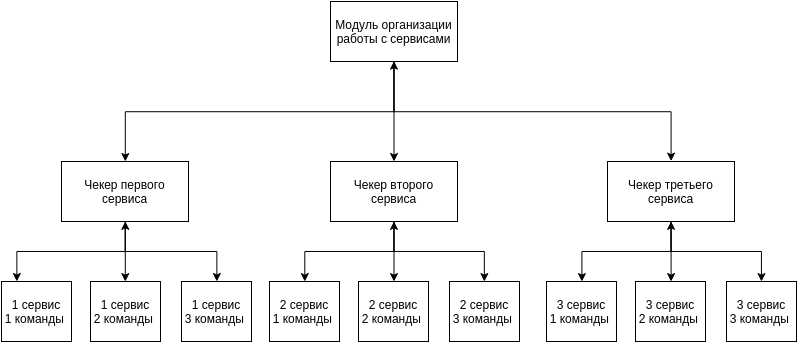
Before: report/images/module_round_structure.png, a diagram exported from draw.io (KevaTeam/ctf-attack-defense). Source tidied: cells renumbered, new cells last; positions are measured from the earlier drawing's top-left corner, leaving out a move shared by most shapes.
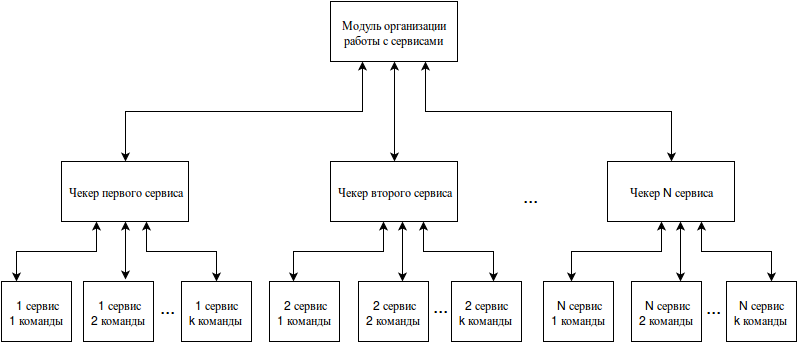
Later version of the same file.

Diff of the diagram source:
```diff
@@ -2,52 +2,39 @@
   <root>
     <mxCell id="0" />
     <mxCell id="1" parent="0" />
-    <mxCell id="2" style="edgeStyle=orthogonalEdgeStyle;rounded=0;html=1;jettySize=auto;exitX=0.5;exitY=1;" parent="1" edge="1" source="5" target="13">
-      <mxGeometry relative="1" as="geometry">
-        <Array as="points">
-          <mxPoint x="393" y="110" />
-          <mxPoint x="124" y="110" />
-        </Array>
-      </mxGeometry>
-    </mxCell>
-    <mxCell id="3" style="edgeStyle=orthogonalEdgeStyle;rounded=0;html=1;jettySize=auto;" parent="1" edge="1" source="5" target="9">
+    <mxCell id="3" style="edgeStyle=orthogonalEdgeStyle;rounded=0;html=1;exitX=0.5;exitY=1;entryX=0.5;entryY=0;startArrow=classic;startFill=1;endArrow=classic;endFill=1;jettySize=auto;fontSize=19;" parent="1" edge="1" source="5" target="9">
       <mxGeometry relative="1" as="geometry" />
     </mxCell>
-    <mxCell id="4" style="edgeStyle=orthogonalEdgeStyle;rounded=0;html=1;exitX=0.5;exitY=1;jettySize=auto;entryX=0.5;entryY=0;startArrow=classic;startFill=1;" parent="1" edge="1" source="5" target="15">
-      <mxGeometry relative="1" as="geometry">
-        <Array as="points">
-          <mxPoint x="393" y="110" />
-          <mxPoint x="670" y="110" />
-        </Array>
-      </mxGeometry>
+    <mxCell id="4" style="edgeStyle=orthogonalEdgeStyle;rounded=0;html=1;exitX=0.75;exitY=1;entryX=0.5;entryY=0;startArrow=classic;startFill=1;endArrow=classic;endFill=1;jettySize=auto;fontSize=19;" parent="1" edge="1" source="5" target="15">
+      <mxGeometry relative="1" as="geometry" />
     </mxCell>
     <mxCell id="5" value="Модуль организации работы с сервисами" style="whiteSpace=wrap;html=1;" parent="1" vertex="1">
       <mxGeometry x="329" width="127" height="60" as="geometry" />
     </mxCell>
-    <mxCell id="6" style="edgeStyle=orthogonalEdgeStyle;rounded=0;html=1;exitX=0.5;exitY=1;entryX=0.5;entryY=0;jettySize=auto;" parent="1" edge="1" source="9" target="18">
-      <mxGeometry relative="1" as="geometry" />
-    </mxCell>
-    <mxCell id="7" style="edgeStyle=orthogonalEdgeStyle;rounded=0;html=1;exitX=0.5;exitY=1;entryX=0.5;entryY=0;jettySize=auto;" parent="1" edge="1" source="9" target="19">
-      <mxGeometry relative="1" as="geometry" />
-    </mxCell>
-    <mxCell id="8" style="edgeStyle=orthogonalEdgeStyle;rounded=0;html=1;exitX=0.5;exitY=1;entryX=0.5;entryY=0;jettySize=auto;startArrow=classic;startFill=1;" parent="1" edge="1" source="9" target="20">
-      <mxGeometry relative="1" as="geometry" />
-    </mxCell>
     <mxCell id="9" value="Чекер второго сервиса" style="whiteSpace=wrap;html=1;" parent="1" vertex="1">
       <mxGeometry x="329" y="160" width="127" height="60" as="geometry" />
     </mxCell>
-    <mxCell id="10" style="edgeStyle=orthogonalEdgeStyle;rounded=0;html=1;jettySize=auto;exitX=0.5;exitY=1;" parent="1" edge="1" source="13" target="14">
+    <mxCell id="10" style="edgeStyle=orthogonalEdgeStyle;rounded=0;html=1;jettySize=auto;startArrow=classic;startFill=1;" parent="1" edge="1" source="13" target="14">
       <mxGeometry relative="1" as="geometry">
         <Array as="points">
-          <mxPoint x="124" y="250" />
+          <mxPoint x="95" y="250" />
           <mxPoint x="15" y="250" />
         </Array>
       </mxGeometry>
     </mxCell>
-    <mxCell id="11" style="edgeStyle=orthogonalEdgeStyle;rounded=0;html=1;exitX=0.5;exitY=1;jettySize=auto;" parent="1" edge="1" source="13" target="17">
-      <mxGeometry relative="1" as="geometry" />
+    <mxCell id="11" style="edgeStyle=orthogonalEdgeStyle;rounded=0;html=1;exitX=0.669;exitY=1;jettySize=auto;exitPerimeter=0;startArrow=classic;startFill=1;" parent="1" edge="1" source="13" target="17">
+      <mxGeometry relative="1" as="geometry">
+        <Array as="points">
+          <mxPoint x="145" y="220" />
+          <mxPoint x="145" y="250" />
+          <mxPoint x="215" y="250" />
+        </Array>
+      </mxGeometry>
     </mxCell>
+    <mxCell id="27" style="edgeStyle=orthogonalEdgeStyle;rounded=0;html=1;exitX=0.5;exitY=0;entryX=0.25;entryY=1;startArrow=classic;startFill=1;endArrow=classic;endFill=1;jettySize=auto;fontSize=19;" parent="1" edge="1" source="13" target="5">
+      <mxGeometry relative="1" as="geometry" />
+    </mxCell>
-    <mxCell id="12" style="edgeStyle=orthogonalEdgeStyle;rounded=0;html=1;exitX=0.5;exitY=1;entryX=0.5;entryY=0;jettySize=auto;startArrow=classic;startFill=1;" parent="1" edge="1" source="13" target="16">
+    <mxCell id="12" style="edgeStyle=orthogonalEdgeStyle;rounded=0;html=1;exitX=0.5;exitY=1;entryX=0.6;entryY=-0.033;entryPerimeter=0;startArrow=classic;startFill=1;endArrow=classic;endFill=1;jettySize=auto;fontSize=19;" parent="1" edge="1" source="13" target="16">
       <mxGeometry relative="1" as="geometry" />
     </mxCell>
     <mxCell id="13" value="Чекер первого сервиса" style="whiteSpace=wrap;html=1;" parent="1" vertex="1">
@@ -56,13 +43,13 @@
     <mxCell id="14" value="1 сервис&lt;div&gt;1 команды&amp;nbsp;&lt;/div&gt;" style="whiteSpace=wrap;html=1;" parent="1" vertex="1">
       <mxGeometry y="280" width="70" height="60" as="geometry" />
     </mxCell>
-    <mxCell id="15" value="Чекер третьего сервиса" style="whiteSpace=wrap;html=1;" parent="1" vertex="1">
+    <mxCell id="15" value="Чекер N сервиса" style="whiteSpace=wrap;html=1;" parent="1" vertex="1">
       <mxGeometry x="606" y="160" width="127" height="60" as="geometry" />
     </mxCell>
     <mxCell id="16" value="1 сервис&lt;div&gt;2 команды&amp;nbsp;&lt;/div&gt;" style="whiteSpace=wrap;html=1;" parent="1" vertex="1">
-      <mxGeometry x="89" y="280" width="70" height="60" as="geometry" />
+      <mxGeometry x="82" y="280" width="70" height="60" as="geometry" />
     </mxCell>
-    <mxCell id="17" value="1 сервис&lt;div&gt;3 команды&amp;nbsp;&lt;/div&gt;" style="whiteSpace=wrap;html=1;" parent="1" vertex="1">
+    <mxCell id="17" value="1 сервис&lt;div&gt;k команды&amp;nbsp;&lt;/div&gt;" style="whiteSpace=wrap;html=1;" parent="1" vertex="1">
       <mxGeometry x="180" y="280" width="70" height="60" as="geometry" />
     </mxCell>
     <mxCell id="18" value="2&lt;span style=&quot;line-height: 1.2&quot;&gt;&amp;nbsp;сервис&lt;/span&gt;&lt;div&gt;&lt;div&gt;1 команды&amp;nbsp;&lt;/div&gt;&lt;/div&gt;" style="whiteSpace=wrap;html=1;" parent="1" vertex="1">
@@ -71,45 +58,83 @@
     <mxCell id="19" value="2 сервис&lt;div&gt;2 команды&amp;nbsp;&lt;/div&gt;" style="whiteSpace=wrap;html=1;" parent="1" vertex="1">
       <mxGeometry x="357" y="280" width="70" height="60" as="geometry" />
     </mxCell>
-    <mxCell id="20" value="2 сервис&lt;div&gt;3 команды&amp;nbsp;&lt;/div&gt;" style="whiteSpace=wrap;html=1;" parent="1" vertex="1">
-      <mxGeometry x="448" y="280" width="70" height="60" as="geometry" />
+    <mxCell id="20" value="2 сервис&lt;div&gt;k команды&amp;nbsp;&lt;/div&gt;" style="whiteSpace=wrap;html=1;" parent="1" vertex="1">
+      <mxGeometry x="450" y="280" width="70" height="60" as="geometry" />
     </mxCell>
-    <mxCell id="21" style="edgeStyle=orthogonalEdgeStyle;rounded=0;html=1;exitX=0.5;exitY=1;entryX=0.5;entryY=0;jettySize=auto;" parent="1" edge="1" target="24">
-      <mxGeometry x="595" y="250" as="geometry">
-        <mxPoint x="670" y="220" as="sourcePoint" />
-        <Array as="points">
-          <mxPoint x="670" y="250" />
-          <mxPoint x="580" y="250" />
-        </Array>
-      </mxGeometry>
-    </mxCell>
-    <mxCell id="22" style="edgeStyle=orthogonalEdgeStyle;rounded=0;html=1;exitX=0.5;exitY=1;jettySize=auto;orthogonalLoop=1;" parent="1" edge="1">
-      <mxGeometry x="684" y="250" as="geometry">
-        <mxPoint x="670" y="220" as="sourcePoint" />
-        <mxPoint x="669" y="280" as="targetPoint" />
-        <Array as="points">
-          <mxPoint x="670" y="250" />
-          <mxPoint x="669" y="250" />
-        </Array>
-      </mxGeometry>
-    </mxCell>
-    <mxCell id="23" style="edgeStyle=orthogonalEdgeStyle;rounded=0;html=1;exitX=0.5;exitY=1;entryX=0.5;entryY=0;jettySize=auto;startArrow=classic;startFill=1;" parent="1" edge="1" target="26">
-      <mxGeometry x="685" y="250" as="geometry">
-        <mxPoint x="670" y="220" as="sourcePoint" />
-        <Array as="points">
-          <mxPoint x="670" y="250" />
-          <mxPoint x="760" y="250" />
-        </Array>
-      </mxGeometry>
-    </mxCell>
-    <mxCell id="24" value="3 сервис&lt;div&gt;1 команды&amp;nbsp;&lt;/div&gt;" style="whiteSpace=wrap;html=1;" parent="1" vertex="1">
-      <mxGeometry x="545" y="280" width="70" height="60" as="geometry" />
+    <mxCell id="24" value="N сервис&lt;div&gt;1 команды&amp;nbsp;&lt;/div&gt;" style="whiteSpace=wrap;html=1;" parent="1" vertex="1">
+      <mxGeometry x="542" y="280" width="70" height="60" as="geometry" />
     </mxCell>
-    <mxCell id="25" value="3 сервис&lt;div&gt;2 команды&amp;nbsp;&lt;/div&gt;" style="whiteSpace=wrap;html=1;" parent="1" vertex="1">
-      <mxGeometry x="634" y="280" width="70" height="60" as="geometry" />
+    <mxCell id="25" value="N сервис&lt;div&gt;2 команды&amp;nbsp;&lt;/div&gt;" style="whiteSpace=wrap;html=1;" parent="1" vertex="1">
+      <mxGeometry x="630" y="280" width="70" height="60" as="geometry" />
     </mxCell>
-    <mxCell id="26" value="3 сервис&lt;div&gt;3 команды&amp;nbsp;&lt;/div&gt;" style="whiteSpace=wrap;html=1;" parent="1" vertex="1">
+    <mxCell id="26" value="N сервис&lt;div&gt;k команды&amp;nbsp;&lt;/div&gt;" style="whiteSpace=wrap;html=1;" parent="1" vertex="1">
       <mxGeometry x="725" y="280" width="70" height="60" as="geometry" />
     </mxCell>
+    <mxCell id="28" style="edgeStyle=orthogonalEdgeStyle;rounded=0;html=1;jettySize=auto;orthogonalLoop=1;startArrow=classic;startFill=1;" parent="1" edge="1">
+      <mxGeometry x="307" y="250" as="geometry">
+        <mxPoint x="382" y="220" as="sourcePoint" />
+        <mxPoint x="292" y="280" as="targetPoint" />
+        <Array as="points">
+          <mxPoint x="382" y="250" />
+          <mxPoint x="292" y="250" />
+        </Array>
+      </mxGeometry>
+    </mxCell>
+    <mxCell id="29" style="edgeStyle=orthogonalEdgeStyle;rounded=0;html=1;exitX=0.669;exitY=1;jettySize=auto;orthogonalLoop=1;exitPerimeter=0;startArrow=classic;startFill=1;" parent="1" edge="1">
+      <mxGeometry x="437" y="250" as="geometry">
+        <mxPoint x="422" y="220" as="sourcePoint" />
+        <mxPoint x="492" y="280" as="targetPoint" />
+        <Array as="points">
+          <mxPoint x="422" y="220" />
+          <mxPoint x="422" y="250" />
+          <mxPoint x="492" y="250" />
+        </Array>
+      </mxGeometry>
+    </mxCell>
+    <mxCell id="30" style="edgeStyle=orthogonalEdgeStyle;rounded=0;html=1;exitX=0.5;exitY=1;entryX=0.5;entryY=0;jettySize=auto;orthogonalLoop=1;startArrow=classic;startFill=1;" parent="1" edge="1">
+      <mxGeometry x="416" y="250" as="geometry">
+        <mxPoint x="401" y="220" as="sourcePoint" />
+        <mxPoint x="401" y="280" as="targetPoint" />
+      </mxGeometry>
+    </mxCell>
+    <mxCell id="31" style="edgeStyle=orthogonalEdgeStyle;rounded=0;html=1;jettySize=auto;orthogonalLoop=1;startArrow=classic;startFill=1;" parent="1" edge="1">
+      <mxGeometry x="585" y="250" as="geometry">
+        <mxPoint x="660" y="220" as="sourcePoint" />
+        <mxPoint x="570" y="280" as="targetPoint" />
+        <Array as="points">
+          <mxPoint x="660" y="250" />
+          <mxPoint x="570" y="250" />
+        </Array>
+      </mxGeometry>
+    </mxCell>
+    <mxCell id="32" style="edgeStyle=orthogonalEdgeStyle;rounded=0;html=1;exitX=0.669;exitY=1;jettySize=auto;orthogonalLoop=1;exitPerimeter=0;startArrow=classic;startFill=1;" parent="1" edge="1">
+      <mxGeometry x="715" y="250" as="geometry">
+        <mxPoint x="700" y="220" as="sourcePoint" />
+        <mxPoint x="770" y="280" as="targetPoint" />
+        <Array as="points">
+          <mxPoint x="700" y="220" />
+          <mxPoint x="700" y="250" />
+          <mxPoint x="770" y="250" />
+        </Array>
+      </mxGeometry>
+    </mxCell>
+    <mxCell id="33" style="edgeStyle=orthogonalEdgeStyle;rounded=0;html=1;exitX=0.5;exitY=1;entryX=0.5;entryY=0;jettySize=auto;orthogonalLoop=1;startArrow=classic;startFill=1;" parent="1" edge="1">
+      <mxGeometry x="694" y="250" as="geometry">
+        <mxPoint x="679" y="220" as="sourcePoint" />
+        <mxPoint x="679" y="280" as="targetPoint" />
+      </mxGeometry>
+    </mxCell>
+    <mxCell id="34" value="..." style="text;html=1;align=left;verticalAlign=top;spacingTop=-4;fontSize=19;" parent="1" vertex="1">
+      <mxGeometry x="157" y="291" width="30" height="20" as="geometry" />
+    </mxCell>
+    <mxCell id="35" value="..." style="text;html=1;align=left;verticalAlign=top;spacingTop=-4;fontSize=19;" parent="1" vertex="1">
+      <mxGeometry x="430" y="290" width="30" height="20" as="geometry" />
+    </mxCell>
+    <mxCell id="36" value="..." style="text;html=1;align=left;verticalAlign=top;spacingTop=-4;fontSize=19;" parent="1" vertex="1">
+      <mxGeometry x="703" y="291" width="30" height="20" as="geometry" />
+    </mxCell>
+    <mxCell id="37" value="..." style="text;html=1;align=left;verticalAlign=top;spacingTop=-4;fontSize=19;" parent="1" vertex="1">
+      <mxGeometry x="520" y="180" width="30" height="20" as="geometry" />
+    </mxCell>
   </root>
 </mxGraphModel>
```
